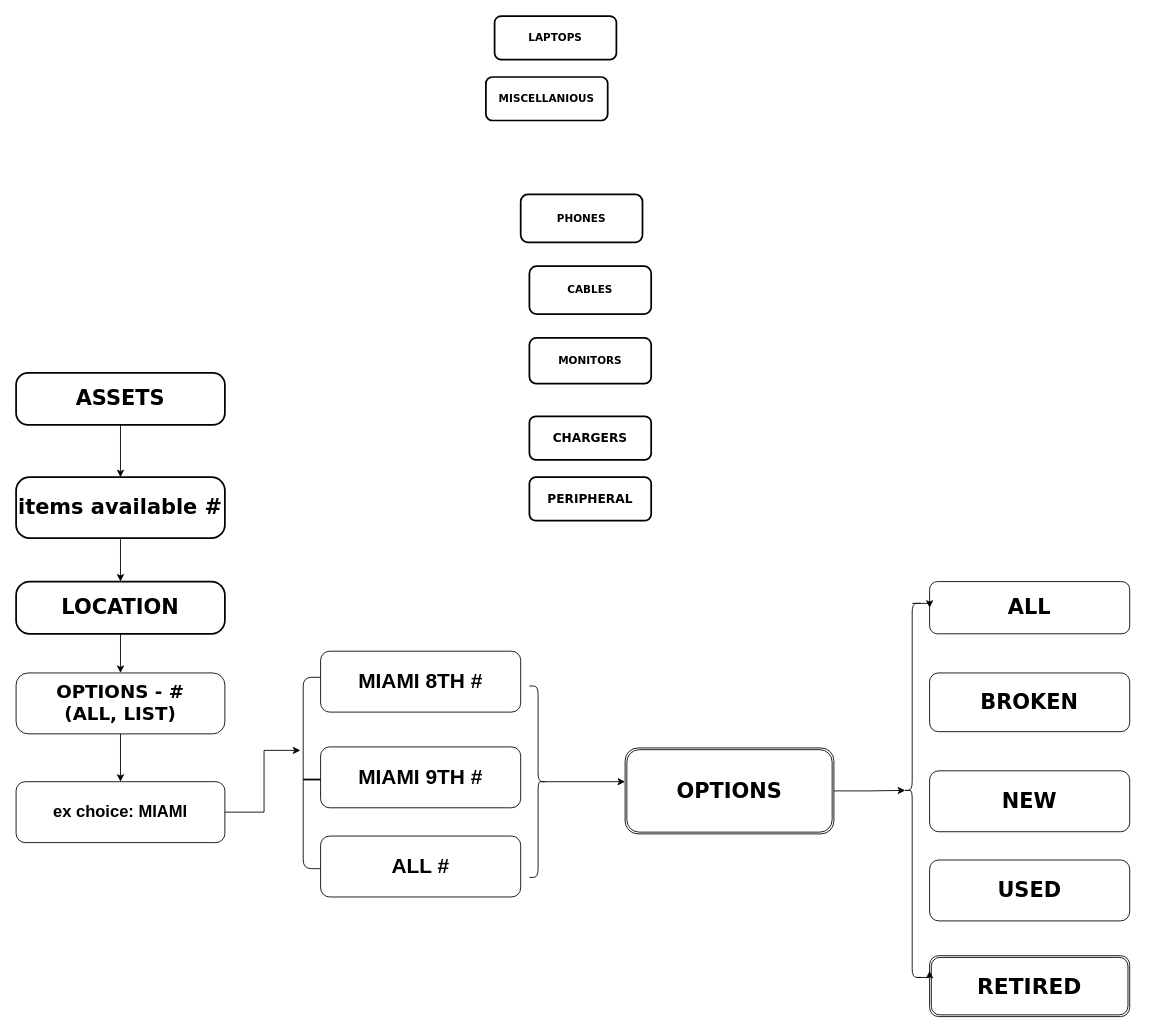
This is therealchart.drawio from MelissaaGuz/storage.items, a draw.io file, before an edit. Source tidied: cells renumbered, new cells numbered last; positions are measured from the earlier drawing's top-left corner, leaving out a move shared by most shapes. Both pictures are drawn from the tidied source at 87%, with x=0, y=0 at pixel (16, 16).
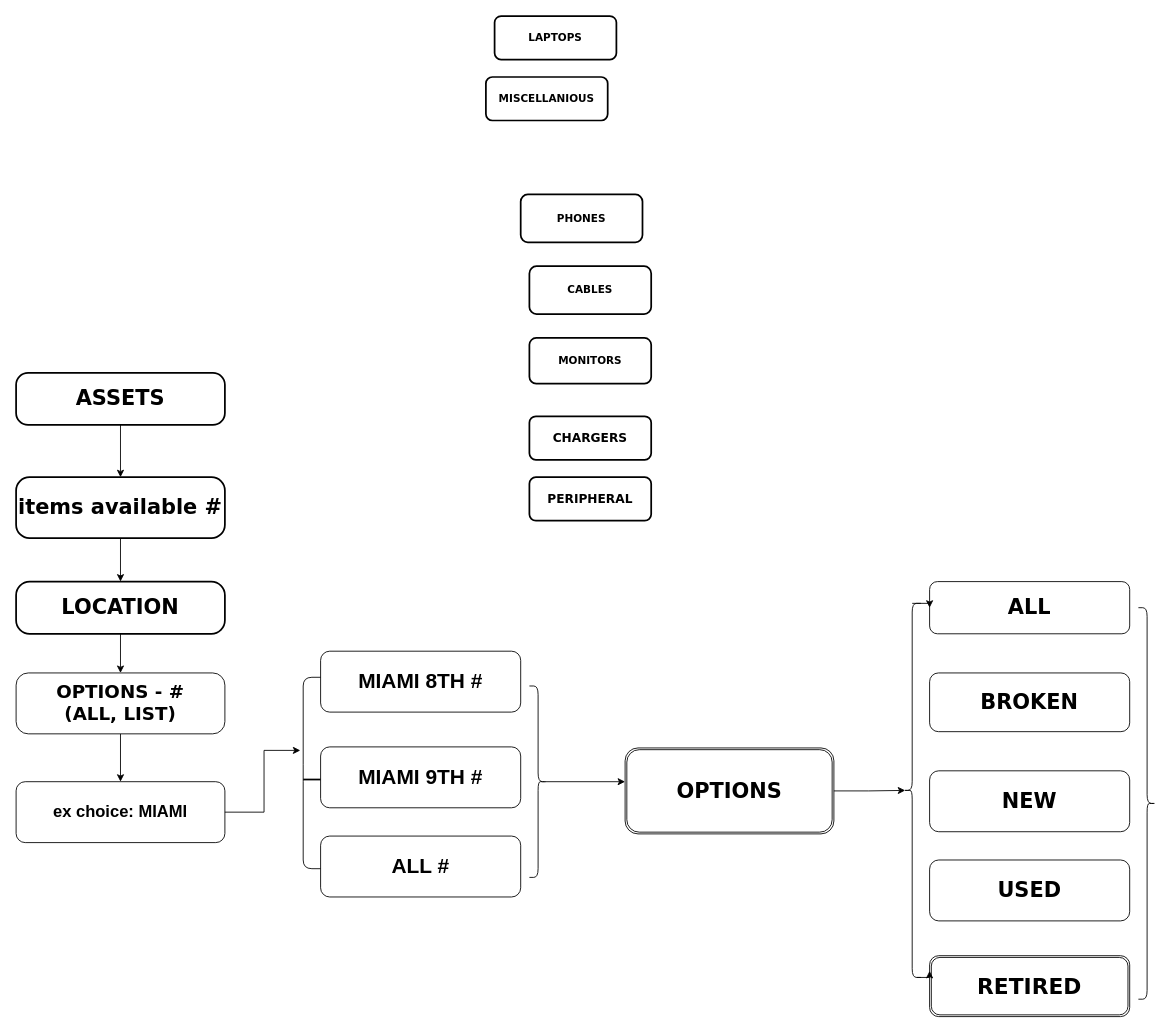
Above is the later version.

The edit, as a diff of the source:
```diff
@@
+    <mxCell id="36" style="shape=curlyBracket;whiteSpace=wrap;html=1;rounded=1;flipH=1;labelPosition=right;verticalLabelPosition=middle;align=left;verticalAlign=middle;" parent="1" vertex="1">
+      <mxGeometry x="1290" y="680" width="20" height="450" as="geometry" />
+    </mxCell>
```
